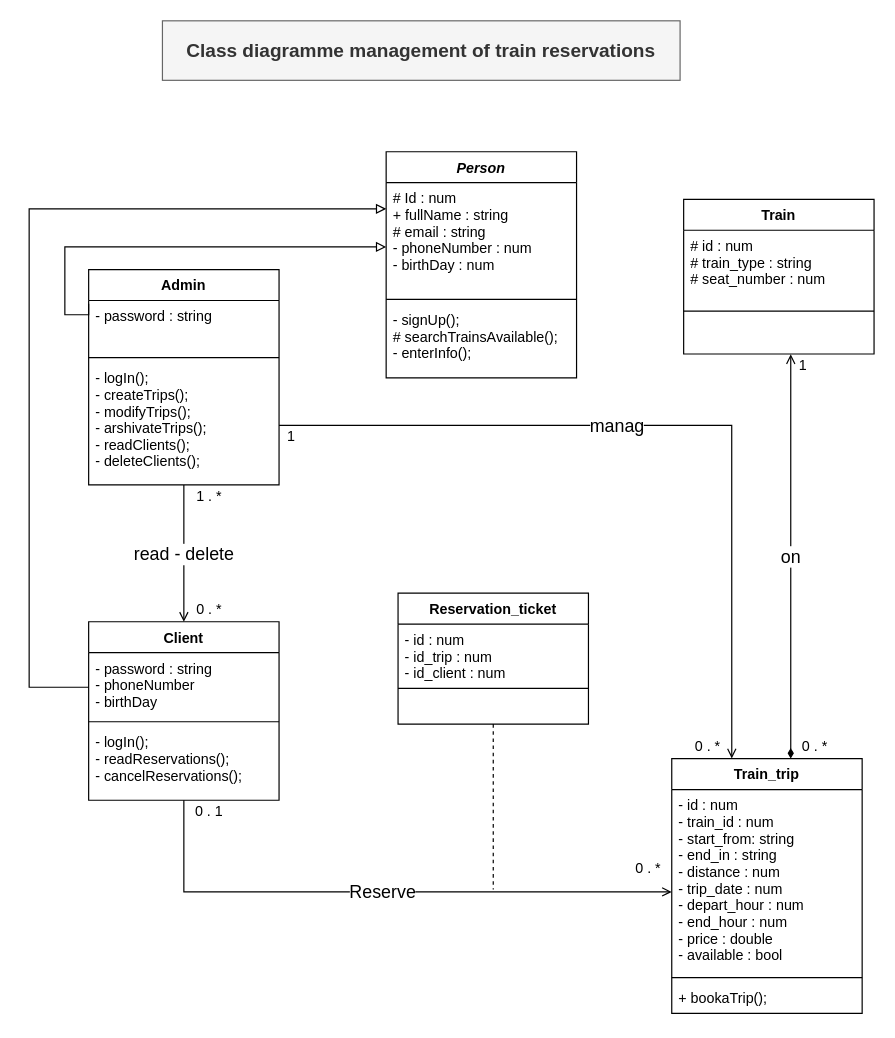
Above: UML/diagram-class.drawio in daalimouhcine/save_train (draw.io), before the change. Source tidied: cells renumbered, new cells numbered last; positions are measured from the earlier drawing's top-left corner, leaving out a move shared by most shapes. Both pictures are drawn from the tidied source at 119%, with x=0, y=0 at pixel (29, 20).
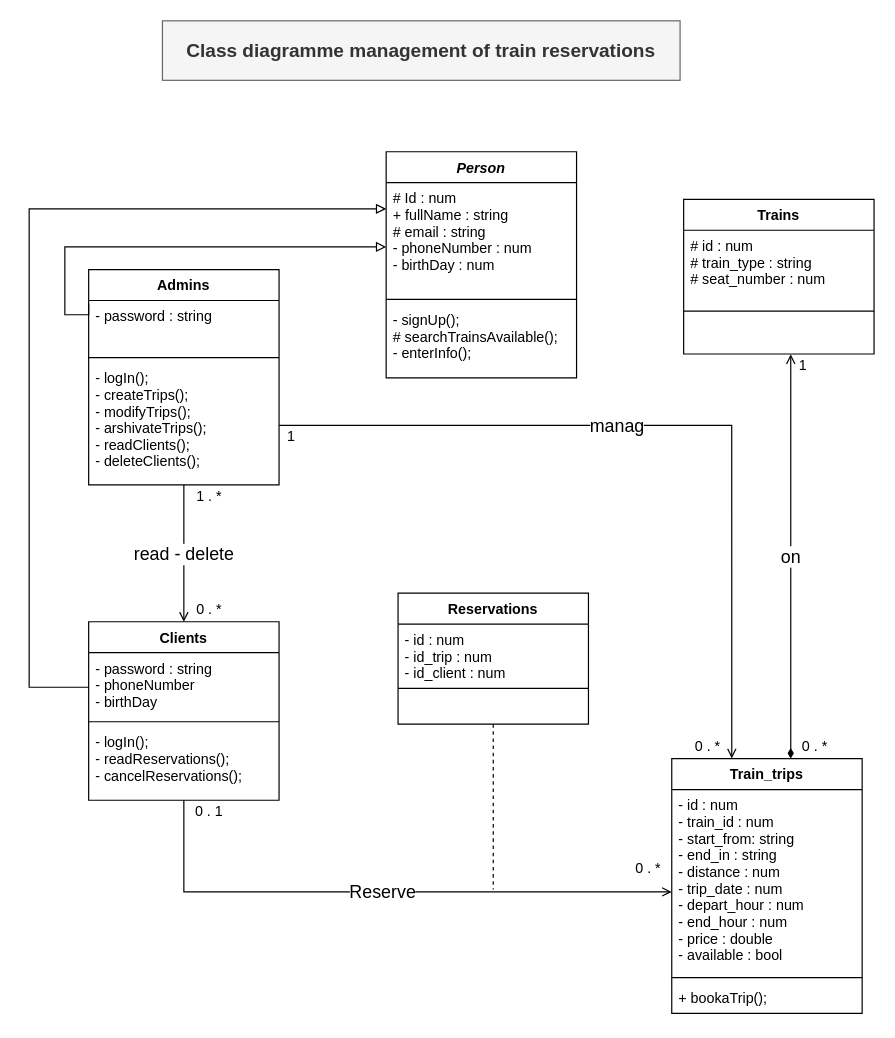
Above is the later version.

Commit message (it also covers changes not shown here):
modify classes name

Change to the diagram source:
```diff
@@
-    <mxCell id="6" value="Client" style="swimlane;fontStyle=1;align=center;verticalAlign=top;horizontal=1;startSize=26;rounded=0;shadow=0;strokeWidth=1;" parent="1" vertex="1">
+    <mxCell id="6" value="Clients" style="swimlane;fontStyle=1;align=center;verticalAlign=top;horizontal=1;startSize=26;rounded=0;shadow=0;strokeWidth=1;" parent="1" vertex="1">
       <mxGeometry x="50" y="505" width="160" height="150" as="geometry" />
     </mxCell>
@@
-    <mxCell id="11" value="Train_trip" style="swimlane;fontStyle=1;align=center;verticalAlign=top;horizontal=1;startSize=26;rounded=0;shadow=0;strokeWidth=1;" parent="1" vertex="1">
+    <mxCell id="11" value="Train_trips" style="swimlane;fontStyle=1;align=center;verticalAlign=top;horizontal=1;startSize=26;rounded=0;shadow=0;strokeWidth=1;" parent="1" vertex="1">
       <mxGeometry x="540" y="620" width="160" height="214" as="geometry" />
     </mxCell>
@@
-    <mxCell id="16" value="Admin" style="swimlane;fontStyle=1;align=center;verticalAlign=top;horizontal=1;startSize=26;rounded=0;shadow=0;strokeWidth=1;" parent="1" vertex="1">
+    <mxCell id="16" value="Admins" style="swimlane;fontStyle=1;align=center;verticalAlign=top;horizontal=1;startSize=26;rounded=0;shadow=0;strokeWidth=1;" parent="1" vertex="1">
       <mxGeometry x="50" y="209" width="160" height="181" as="geometry" />
     </mxCell>
@@
-    <mxCell id="27" value="Reservation_ticket" style="swimlane;fontStyle=1;align=center;verticalAlign=top;horizontal=1;startSize=26;" parent="1" vertex="1">
+    <mxCell id="27" value="Reservations" style="swimlane;fontStyle=1;align=center;verticalAlign=top;horizontal=1;startSize=26;" parent="1" vertex="1">
       <mxGeometry x="310" y="481" width="160" height="110" as="geometry" />
     </mxCell>
@@
-    <mxCell id="31" value="Train" style="swimlane;fontStyle=1;align=center;verticalAlign=top;horizontal=1;startSize=26;rounded=0;shadow=0;strokeWidth=1;" parent="1" vertex="1">
+    <mxCell id="31" value="Trains" style="swimlane;fontStyle=1;align=center;verticalAlign=top;horizontal=1;startSize=26;rounded=0;shadow=0;strokeWidth=1;" parent="1" vertex="1">
       <mxGeometry x="550" y="150" width="160" height="130" as="geometry" />
     </mxCell>
```
